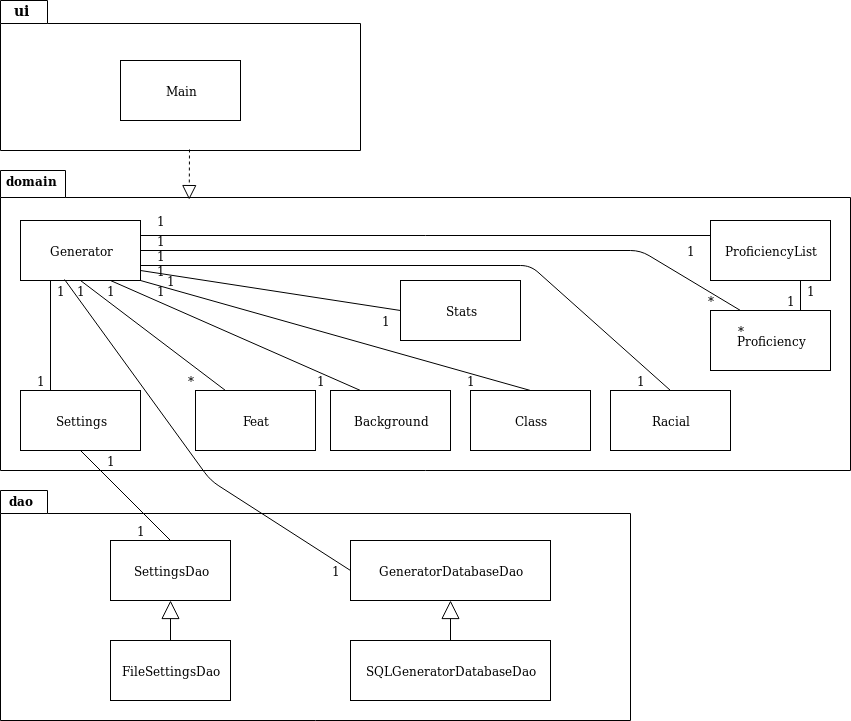
Fumblessi/ot-harjoitustyo keeps this draw.io diagram as dokumentointi/pakkauskaavio.png. Above is the earlier version. Source tidied: cells renumbered, new cells last; positions are measured from the earlier drawing's top-left corner, leaving out a move shared by most shapes.
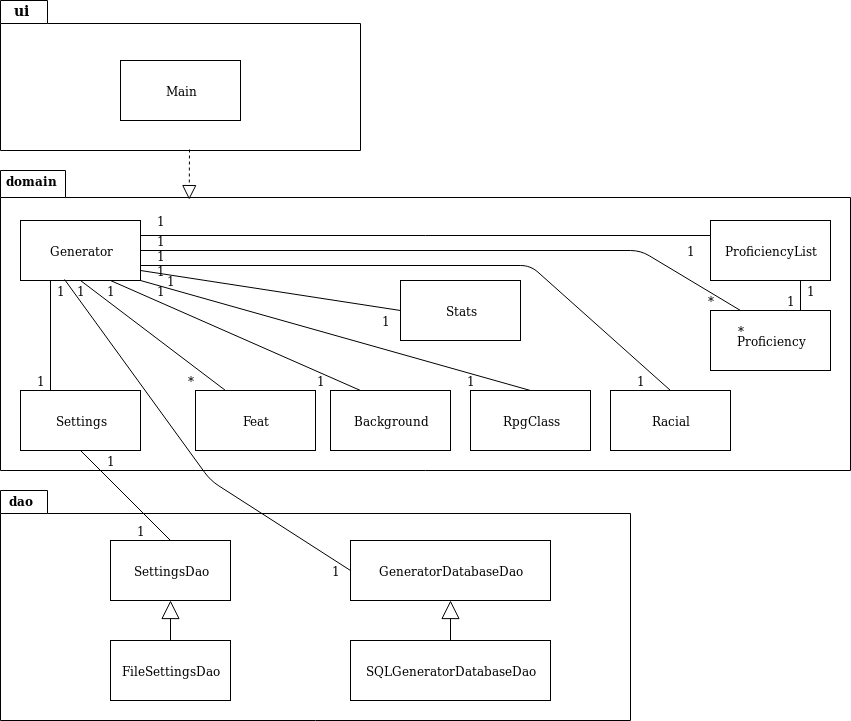
Above is the later version.

Commit message:
pakkauskaavion paivittely

The edit, as a diff of the source:
```diff
@@ -43,7 +43,7 @@
     <mxCell id="14" value="Background" style="rounded=0;whiteSpace=wrap;html=1;" parent="1" vertex="1">
       <mxGeometry x="330" y="390" width="120" height="60" as="geometry" />
     </mxCell>
-    <mxCell id="15" value="Class" style="rounded=0;whiteSpace=wrap;html=1;" parent="1" vertex="1">
+    <mxCell id="15" value="RpgClass" style="rounded=0;whiteSpace=wrap;html=1;" parent="1" vertex="1">
       <mxGeometry x="470" y="390" width="120" height="60" as="geometry" />
     </mxCell>
     <mxCell id="16" value="Racial" style="rounded=0;whiteSpace=wrap;html=1;" parent="1" vertex="1">
```
